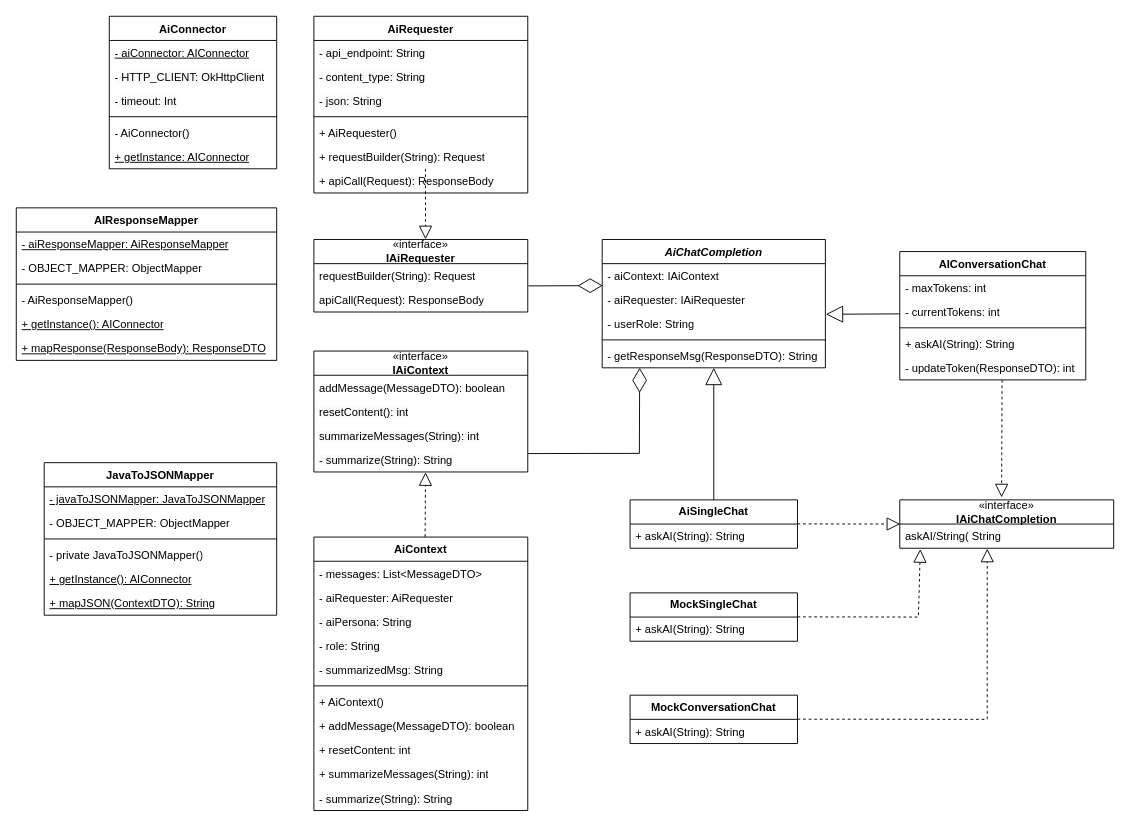
Before: Konzept/UML-AI-Connect.drawio in kurisox/Ai-Connect-Abschlussprojekt, a draw.io diagram. Source tidied: cells renumbered, new cells numbered last; positions are measured from the earlier drawing's top-left corner, leaving out a move shared by most shapes. Both pictures are drawn from the tidied source at 93%, with x=0, y=0 at pixel (16, 16).
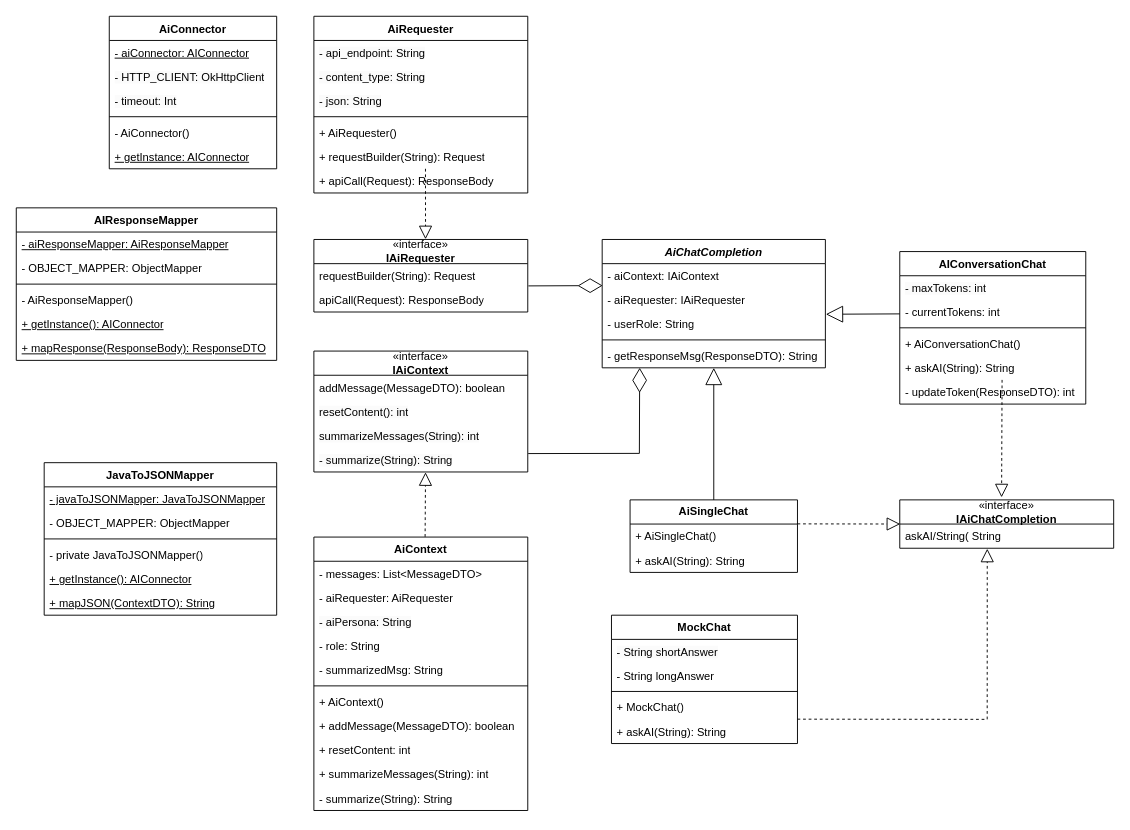
After the change.

Commit message:
removed multiple mock chat classes and added one for all

Unchanged cells that the change refers to:
```xml
<mxCell id="76" value="askAI/String( String" style="text;strokeColor=none;fillColor=none;align=left;verticalAlign=top;spacingLeft=4;spacingRight=4;overflow=hidden;points=[[0,0.5],[1,0.5]];portConstraint=eastwest;whiteSpace=wrap;html=1;" parent="75" vertex="1">
  <mxGeometry y="26" width="230" height="26" as="geometry" />
</mxCell>
```

What changed in the source:
```diff
@@
     <mxCell id="41" value="&lt;b&gt;AiSingleChat&lt;/b&gt;" style="swimlane;fontStyle=0;horizontal=1;startSize=26;fillColor=none;whiteSpace=wrap;html=1;" parent="1" vertex="1">
-      <mxGeometry x="660" y="520" width="180" height="52" as="geometry" />
+      <mxGeometry x="660" y="520" width="180" height="78" as="geometry" />
     </mxCell>
+    <mxCell id="81" value="+ AiSingleChat()" style="text;strokeColor=none;fillColor=none;align=left;verticalAlign=top;spacingLeft=4;spacingRight=4;overflow=hidden;whiteSpace=wrap;html=1;" parent="41" vertex="1">
+      <mxGeometry y="26" width="180" height="26" as="geometry" />
+    </mxCell>
     <mxCell id="42" value="+ askAI(String): String" style="text;strokeColor=none;fillColor=none;align=left;verticalAlign=top;spacingLeft=4;spacingRight=4;overflow=hidden;whiteSpace=wrap;html=1;" parent="41" vertex="1">
-      <mxGeometry y="26" width="180" height="26" as="geometry" />
+      <mxGeometry y="52" width="180" height="26" as="geometry" />
     </mxCell>
     <mxCell id="43" value="&lt;b&gt;AIConversationChat&lt;/b&gt;" style="swimlane;fontStyle=0;align=center;verticalAlign=top;horizontal=1;startSize=26;whiteSpace=wrap;html=1;" parent="1" vertex="1">
-      <mxGeometry x="950" y="253" width="200" height="138" as="geometry" />
+      <mxGeometry x="950" y="253" width="200" height="164" as="geometry" />
     </mxCell>
@@
+    <mxCell id="82" value="&lt;span style=&quot;font-style: normal;&quot;&gt;+ AiConversationChat()&lt;/span&gt;" style="text;strokeColor=none;fillColor=none;align=left;verticalAlign=top;spacingLeft=4;spacingRight=4;overflow=hidden;whiteSpace=wrap;html=1;fontStyle=2;" parent="43" vertex="1">
+      <mxGeometry y="86" width="200" height="26" as="geometry" />
+    </mxCell>
     <mxCell id="47" value="&lt;span style=&quot;font-style: normal;&quot;&gt;+ askAI(String): String&lt;/span&gt;" style="text;strokeColor=none;fillColor=none;align=left;verticalAlign=top;spacingLeft=4;spacingRight=4;overflow=hidden;whiteSpace=wrap;html=1;fontStyle=2;" parent="43" vertex="1">
-      <mxGeometry y="86" width="200" height="26" as="geometry" />
+      <mxGeometry y="112" width="200" height="26" as="geometry" />
     </mxCell>
     <mxCell id="48" value="&lt;span style=&quot;font-style: normal;&quot;&gt;- updateToken(ResponseDTO): int&lt;/span&gt;" style="text;strokeColor=none;fillColor=none;align=left;verticalAlign=top;spacingLeft=4;spacingRight=4;overflow=hidden;whiteSpace=wrap;html=1;fontStyle=2;" parent="43" vertex="1">
-      <mxGeometry y="112" width="200" height="26" as="geometry" />
+      <mxGeometry y="138" width="200" height="26" as="geometry" />
     </mxCell>
@@
-    <mxCell id="71" value="&lt;b&gt;MockConversationChat&lt;/b&gt;" style="swimlane;fontStyle=0;horizontal=1;startSize=26;fillColor=none;whiteSpace=wrap;html=1;" parent="1" vertex="1">
-      <mxGeometry x="660" y="730" width="180" height="52" as="geometry" />
-    </mxCell>
-    <mxCell id="72" value="+ askAI(String): String" style="text;strokeColor=none;fillColor=none;align=left;verticalAlign=top;spacingLeft=4;spacingRight=4;overflow=hidden;whiteSpace=wrap;html=1;" parent="71" vertex="1">
-      <mxGeometry y="26" width="180" height="26" as="geometry" />
-    </mxCell>
-    <mxCell id="73" value="&lt;b&gt;MockSingleChat&lt;/b&gt;" style="swimlane;fontStyle=0;horizontal=1;startSize=26;fillColor=none;whiteSpace=wrap;html=1;" parent="1" vertex="1">
-      <mxGeometry x="660" y="620" width="180" height="52" as="geometry" />
-    </mxCell>
-    <mxCell id="74" value="+ askAI(String): String" style="text;strokeColor=none;fillColor=none;align=left;verticalAlign=top;spacingLeft=4;spacingRight=4;overflow=hidden;whiteSpace=wrap;html=1;" parent="73" vertex="1">
-      <mxGeometry y="26" width="180" height="26" as="geometry" />
-    </mxCell>
@@
-    <mxCell id="78" style="endArrow=block;dashed=1;endFill=0;endSize=12;html=1;rounded=0;entryX=0.096;entryY=1.038;entryDx=0;entryDy=0;entryPerimeter=0;" parent="1" edge="1" target="76">
-      <mxGeometry relative="1" as="geometry">
-        <mxPoint x="840" y="645.8" as="sourcePoint" />
-        <Array as="points">
-          <mxPoint x="970" y="646" />
-        </Array>
-      </mxGeometry>
-    </mxCell>
@@
+    <mxCell id="83" value="&lt;b&gt;MockChat&lt;/b&gt;" style="swimlane;fontStyle=0;align=center;verticalAlign=top;horizontal=1;startSize=26;whiteSpace=wrap;html=1;" parent="1" vertex="1">
+      <mxGeometry x="640" y="644" width="200" height="138" as="geometry" />
+    </mxCell>
+    <mxCell id="84" value="&lt;span style=&quot;color: rgb(0, 0, 0); font-family: Helvetica; font-size: 12px; font-style: normal; font-variant-ligatures: normal; font-variant-caps: normal; font-weight: 400; letter-spacing: normal; orphans: 2; text-align: left; text-indent: 0px; text-transform: none; widows: 2; word-spacing: 0px; -webkit-text-stroke-width: 0px; white-space: normal; background-color: rgb(251, 251, 251); text-decoration-thickness: initial; text-decoration-style: initial; text-decoration-color: initial; display: inline !important; float: none;&quot;&gt;- String shortAnswer&lt;/span&gt;" style="text;strokeColor=none;fillColor=none;align=left;verticalAlign=top;spacingLeft=4;spacingRight=4;overflow=hidden;whiteSpace=wrap;html=1;" parent="83" vertex="1">
+      <mxGeometry y="26" width="200" height="26" as="geometry" />
+    </mxCell>
+    <mxCell id="85" value="- String longAnswer" style="text;strokeColor=none;fillColor=none;align=left;verticalAlign=top;spacingLeft=4;spacingRight=4;overflow=hidden;whiteSpace=wrap;html=1;" parent="83" vertex="1">
+      <mxGeometry y="52" width="200" height="26" as="geometry" />
+    </mxCell>
+    <mxCell id="86" style="line;strokeWidth=1;fillColor=none;align=left;verticalAlign=middle;spacingTop=-1;spacingLeft=3;spacingRight=3;labelPosition=right;strokeColor=inherit;" parent="83" vertex="1">
+      <mxGeometry y="78" width="200" height="8" as="geometry" />
+    </mxCell>
+    <mxCell id="87" value="&lt;span style=&quot;font-style: normal;&quot;&gt;+ MockChat()&lt;/span&gt;" style="text;strokeColor=none;fillColor=none;align=left;verticalAlign=top;spacingLeft=4;spacingRight=4;overflow=hidden;whiteSpace=wrap;html=1;fontStyle=2;" parent="83" vertex="1">
+      <mxGeometry y="86" width="200" height="26" as="geometry" />
+    </mxCell>
+    <mxCell id="88" value="&lt;span style=&quot;font-style: normal;&quot;&gt;+ askAI(String): String&lt;/span&gt;" style="text;strokeColor=none;fillColor=none;align=left;verticalAlign=top;spacingLeft=4;spacingRight=4;overflow=hidden;whiteSpace=wrap;html=1;fontStyle=2;" parent="83" vertex="1">
+      <mxGeometry y="112" width="200" height="26" as="geometry" />
+    </mxCell>
```
